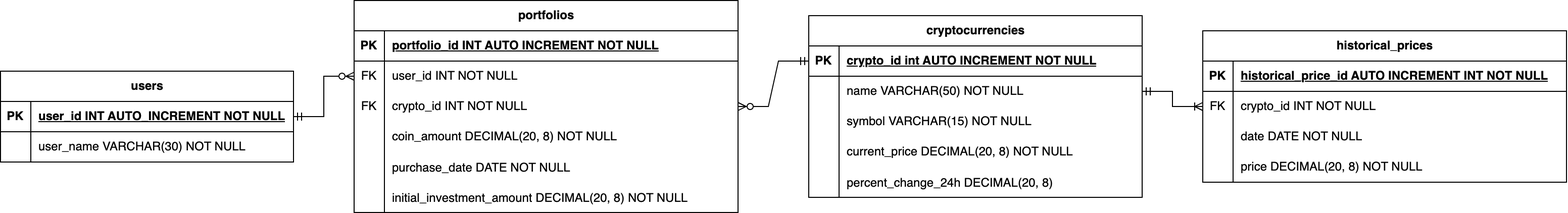
Earlier version of the draw.io export ER_Diagram.png (noahcroghan/soft161_milestone_2). Source tidied: cells renumbered, new cells last; positions are measured from the earlier drawing's top-left corner, leaving out a move shared by most shapes.
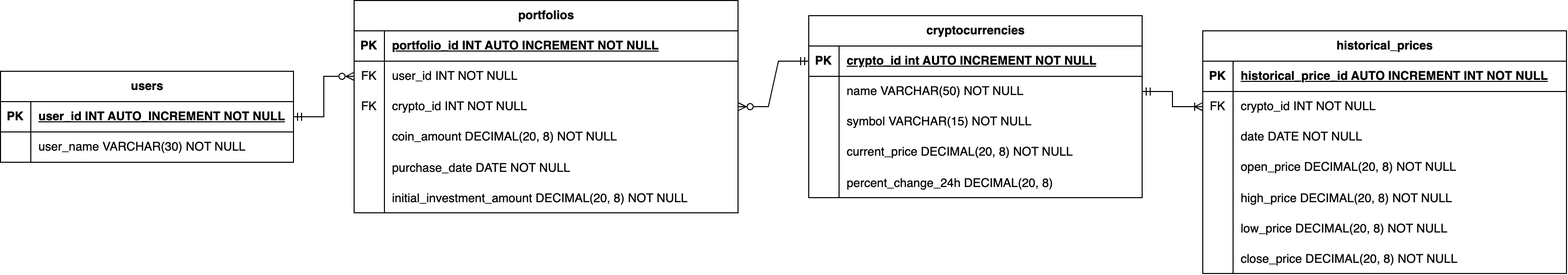
Above is the later version.

What changed in the source:
```diff
@@ -57,7 +57,7 @@
       <mxGeometry x="30" width="300" height="30" as="geometry" />
     </mxCell>
     <mxCell id="20" value="historical_prices" style="shape=table;startSize=30;rowLines=0;fontStyle=1;align=center;html=1;" parent="1" vertex="1">
-      <mxGeometry x="1190" y="30" width="360" height="150" as="geometry" />
+      <mxGeometry x="1190" y="30" width="360" height="240" as="geometry" />
     </mxCell>
     <mxCell id="21" style="shape=tableRow;horizontal=0;startSize=0;swimlaneHead=0;swimlaneBody=0;fillColor=none;top=0;left=0;right=0;bottom=1;" parent="20" vertex="1">
       <mxGeometry y="30" width="360" height="30" as="geometry" />
@@ -92,9 +92,36 @@
     <mxCell id="31" style="shape=partialRectangle;fillColor=none;top=0;left=0;bottom=0;right=0;overflow=hidden;whiteSpace=wrap;html=1;" parent="30" vertex="1">
       <mxGeometry width="30" height="30" as="geometry" />
     </mxCell>
-    <mxCell id="32" value="price DECIMAL(20, 8)&amp;nbsp;NOT NULL" style="shape=partialRectangle;fillColor=none;top=0;left=0;bottom=0;right=0;align=left;spacingLeft=6;overflow=hidden;whiteSpace=wrap;html=1;" parent="30" vertex="1">
+    <mxCell id="32" value="open_price DECIMAL(20, 8)&amp;nbsp;NOT NULL" style="shape=partialRectangle;fillColor=none;top=0;left=0;bottom=0;right=0;align=left;spacingLeft=6;overflow=hidden;whiteSpace=wrap;html=1;" parent="30" vertex="1">
       <mxGeometry x="30" width="330" height="30" as="geometry" />
     </mxCell>
+    <mxCell id="60" style="shape=tableRow;horizontal=0;startSize=0;swimlaneHead=0;swimlaneBody=0;fillColor=none;top=0;left=0;right=0;bottom=0;" parent="20" vertex="1">
+      <mxGeometry y="150" width="360" height="30" as="geometry" />
+    </mxCell>
+    <mxCell id="61" style="shape=partialRectangle;fillColor=none;top=0;left=0;bottom=0;right=0;overflow=hidden;" parent="60" vertex="1">
+      <mxGeometry width="30" height="30" as="geometry" />
+    </mxCell>
+    <mxCell id="62" value="high_price DECIMAL(20, 8) NOT NULL" style="shape=partialRectangle;fillColor=none;top=0;left=0;bottom=0;right=0;align=left;spacingLeft=6;overflow=hidden;" parent="60" vertex="1">
+      <mxGeometry x="30" width="330" height="30" as="geometry" />
+    </mxCell>
+    <mxCell id="63" style="shape=tableRow;horizontal=0;startSize=0;swimlaneHead=0;swimlaneBody=0;fillColor=none;top=0;left=0;right=0;bottom=0;" parent="20" vertex="1">
+      <mxGeometry y="180" width="360" height="30" as="geometry" />
+    </mxCell>
+    <mxCell id="64" style="shape=partialRectangle;fillColor=none;top=0;left=0;bottom=0;right=0;overflow=hidden;" parent="63" vertex="1">
+      <mxGeometry width="30" height="30" as="geometry" />
+    </mxCell>
+    <mxCell id="65" value="low_price DECIMAL(20, 8) NOT NULL" style="shape=partialRectangle;fillColor=none;top=0;left=0;bottom=0;right=0;align=left;spacingLeft=6;overflow=hidden;" parent="63" vertex="1">
+      <mxGeometry x="30" width="330" height="30" as="geometry" />
+    </mxCell>
+    <mxCell id="66" style="shape=tableRow;horizontal=0;startSize=0;swimlaneHead=0;swimlaneBody=0;fillColor=none;top=0;left=0;right=0;bottom=0;" parent="20" vertex="1">
+      <mxGeometry y="210" width="360" height="30" as="geometry" />
+    </mxCell>
+    <mxCell id="67" style="shape=partialRectangle;fillColor=none;top=0;left=0;bottom=0;right=0;overflow=hidden;" parent="66" vertex="1">
+      <mxGeometry width="30" height="30" as="geometry" />
+    </mxCell>
+    <mxCell id="68" value="close_price DECIMAL(20, 8) NOT NULL" style="shape=partialRectangle;fillColor=none;top=0;left=0;bottom=0;right=0;align=left;spacingLeft=6;overflow=hidden;" parent="66" vertex="1">
+      <mxGeometry x="30" width="330" height="30" as="geometry" />
+    </mxCell>
     <mxCell id="33" style="edgeStyle=entityRelationEdgeStyle;fontSize=12;html=1;endArrow=ERoneToMany;startArrow=ERmandOne;rounded=0;" parent="1" edge="1" source="8" target="24">
       <mxGeometry relative="1" as="geometry" />
     </mxCell>
```
